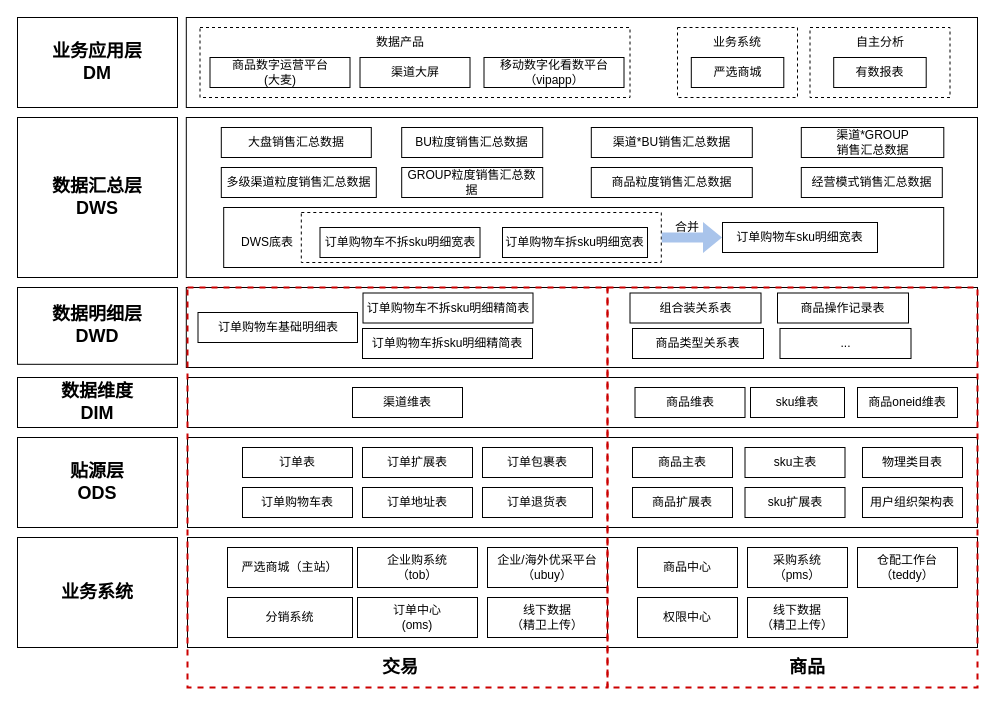
Before: polaris.drawio in mineminemine123/work-wiki, a draw.io diagram. Source tidied: cells renumbered, new cells numbered last; positions are measured from the earlier drawing's top-left corner, leaving out a move shared by most shapes. Both pictures are drawn from the tidied source at 100%, with x=0, y=0 at pixel (17, 17).
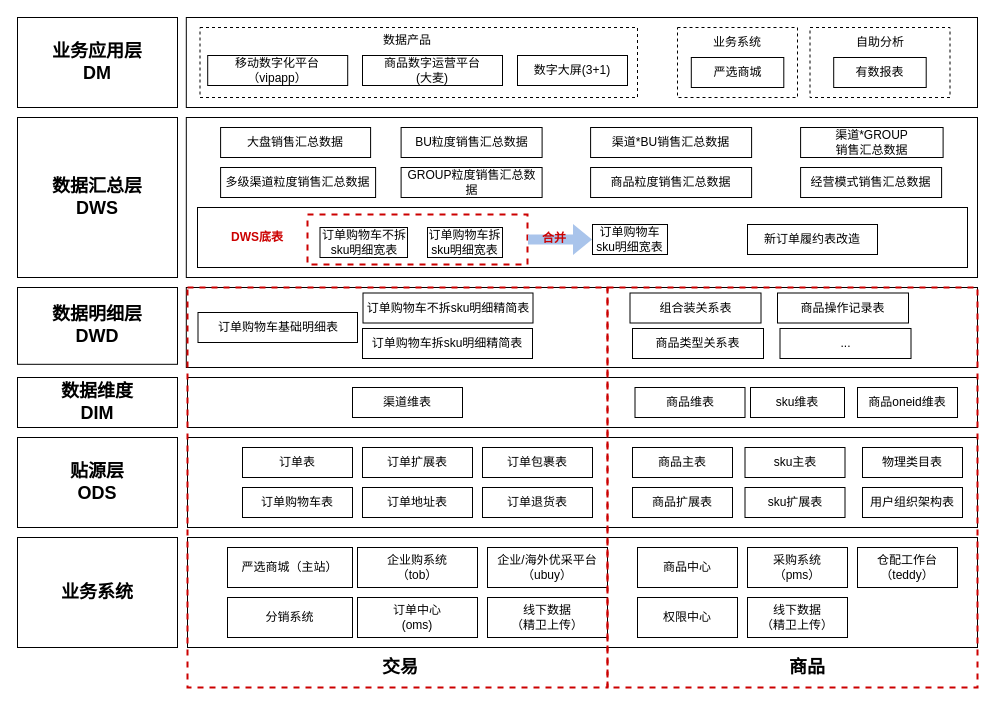
After the change.

The edit, as a diff of the source:
```diff
@@
     <mxCell id="9" style="rounded=0;whiteSpace=wrap;html=1;fontStyle=0;fontFamily=微软雅黑;dashed=1;" parent="1" vertex="1">
-      <mxGeometry x="182.5" y="10" width="430" height="70" as="geometry" />
+      <mxGeometry x="182.5" y="10" width="437.5" height="70" as="geometry" />
     </mxCell>
@@
     <mxCell id="37" value="商品数字运营平台&lt;br&gt;(大麦)" style="rounded=0;whiteSpace=wrap;html=1;fontStyle=0;fontFamily=微软雅黑;" parent="1" vertex="1">
-      <mxGeometry x="192.5" y="40" width="140" height="30" as="geometry" />
+      <mxGeometry x="345" y="38" width="140" height="30" as="geometry" />
     </mxCell>
-    <mxCell id="38" value="移动数字化看数平台&lt;br&gt;（vipapp）" style="rounded=0;whiteSpace=wrap;html=1;fontStyle=0;fontFamily=微软雅黑;" parent="1" vertex="1">
-      <mxGeometry x="466.5" y="40" width="140" height="30" as="geometry" />
+    <mxCell id="38" value="移动数字化平台&lt;br&gt;（vipapp）" style="rounded=0;whiteSpace=wrap;html=1;fontStyle=0;fontFamily=微软雅黑;" parent="1" vertex="1">
+      <mxGeometry x="190.2" y="38" width="140" height="30" as="geometry" />
     </mxCell>
@@
-    <mxCell id="40" value="渠道大屏" style="rounded=0;whiteSpace=wrap;html=1;fontStyle=0;fontFamily=微软雅黑;" parent="1" vertex="1">
-      <mxGeometry x="342.5" y="40" width="110" height="30" as="geometry" />
+    <mxCell id="40" value="数字大屏(3+1)" style="rounded=0;whiteSpace=wrap;html=1;fontStyle=0;fontFamily=微软雅黑;" parent="1" vertex="1">
+      <mxGeometry x="500" y="38" width="110" height="30" as="geometry" />
     </mxCell>
@@
     <mxCell id="47" value="数据产品" style="text;html=1;strokeColor=none;fillColor=none;align=center;verticalAlign=middle;whiteSpace=wrap;rounded=0;fontFamily=微软雅黑;" parent="1" vertex="1">
-      <mxGeometry x="352.5" y="10" width="60" height="30" as="geometry" />
+      <mxGeometry x="360" y="8" width="60" height="30" as="geometry" />
     </mxCell>
-    <mxCell id="48" value="自主分析" style="text;html=1;strokeColor=none;fillColor=none;align=center;verticalAlign=middle;whiteSpace=wrap;rounded=0;fontFamily=微软雅黑;" parent="1" vertex="1">
+    <mxCell id="48" value="自助分析" style="text;html=1;strokeColor=none;fillColor=none;align=center;verticalAlign=middle;whiteSpace=wrap;rounded=0;fontFamily=微软雅黑;" parent="1" vertex="1">
       <mxGeometry x="832.5" y="10" width="60" height="30" as="geometry" />
     </mxCell>
@@
     <mxCell id="52" value="多级渠道粒度销售汇总数据" style="rounded=0;whiteSpace=wrap;html=1;fontStyle=0;fontFamily=微软雅黑;" parent="1" vertex="1">
-      <mxGeometry x="203.8" y="150" width="155" height="30" as="geometry" />
+      <mxGeometry x="203.1" y="150" width="155" height="30" as="geometry" />
     </mxCell>
     <mxCell id="53" value="商品粒度销售汇总数据" style="rounded=0;whiteSpace=wrap;html=1;fontStyle=0;fontFamily=微软雅黑;" parent="1" vertex="1">
-      <mxGeometry x="573.8" y="150" width="161" height="30" as="geometry" />
+      <mxGeometry x="573.1" y="150" width="161" height="30" as="geometry" />
     </mxCell>
     <mxCell id="54" value="BU粒度销售汇总数据" style="rounded=0;whiteSpace=wrap;html=1;fontStyle=0;fontFamily=微软雅黑;" parent="1" vertex="1">
-      <mxGeometry x="384.2" y="110" width="141" height="30" as="geometry" />
+      <mxGeometry x="383.6" y="110" width="141" height="30" as="geometry" />
     </mxCell>
     <mxCell id="55" value="GROUP粒度销售汇总数据" style="rounded=0;whiteSpace=wrap;html=1;fontStyle=0;fontFamily=微软雅黑;" parent="1" vertex="1">
-      <mxGeometry x="384.2" y="150" width="141" height="30" as="geometry" />
+      <mxGeometry x="383.6" y="150" width="141" height="30" as="geometry" />
     </mxCell>
     <mxCell id="56" value="大盘销售汇总数据" style="rounded=0;whiteSpace=wrap;html=1;fontStyle=0;fontFamily=微软雅黑;" parent="1" vertex="1">
-      <mxGeometry x="203.8" y="110" width="150" height="30" as="geometry" />
+      <mxGeometry x="203.1" y="110" width="150" height="30" as="geometry" />
     </mxCell>
     <mxCell id="57" value="渠道*BU销售汇总数据" style="rounded=0;whiteSpace=wrap;html=1;fontStyle=0;fontFamily=微软雅黑;" parent="1" vertex="1">
-      <mxGeometry x="573.8" y="110" width="161" height="30" as="geometry" />
+      <mxGeometry x="573.1" y="110" width="161" height="30" as="geometry" />
     </mxCell>
     <mxCell id="58" value="渠道*GROUP&lt;br&gt;销售汇总数据" style="rounded=0;whiteSpace=wrap;html=1;fontStyle=0;fontFamily=微软雅黑;" parent="1" vertex="1">
-      <mxGeometry x="783.8" y="110" width="142.5" height="30" as="geometry" />
+      <mxGeometry x="783.1" y="110" width="142.5" height="30" as="geometry" />
     </mxCell>
     <mxCell id="59" value="经营模式销售汇总数据" style="rounded=0;whiteSpace=wrap;html=1;fontStyle=0;fontFamily=微软雅黑;" parent="1" vertex="1">
-      <mxGeometry x="783.8" y="150" width="141" height="30" as="geometry" />
+      <mxGeometry x="783.1" y="150" width="141" height="30" as="geometry" />
     </mxCell>
@@
     <mxCell id="69" style="rounded=0;whiteSpace=wrap;html=1;fillColor=none;fontFamily=微软雅黑;" parent="1" vertex="1">
-      <mxGeometry x="206.2" y="190" width="720" height="60" as="geometry" />
+      <mxGeometry x="180" y="190" width="770" height="60" as="geometry" />
     </mxCell>
@@
-    <mxCell id="72" value="DWS底表" style="text;html=1;strokeColor=none;fillColor=none;align=center;verticalAlign=middle;whiteSpace=wrap;rounded=0;fontFamily=微软雅黑;" parent="1" vertex="1">
-      <mxGeometry x="220" y="210" width="60" height="30" as="geometry" />
+    <mxCell id="72" value="&lt;b&gt;&lt;font color=&quot;#cc0000&quot;&gt;DWS底表&lt;/font&gt;&lt;/b&gt;" style="text;html=1;strokeColor=none;fillColor=none;align=center;verticalAlign=middle;whiteSpace=wrap;rounded=0;fontFamily=微软雅黑;" parent="1" vertex="1">
+      <mxGeometry x="210" y="205" width="60" height="30" as="geometry" />
     </mxCell>
     <mxCell id="73" value="订单购物车不拆sku明细宽表" style="rounded=0;whiteSpace=wrap;html=1;fontStyle=0;fontFamily=微软雅黑;" parent="1" vertex="1">
-      <mxGeometry x="302.5" y="210" width="160" height="30" as="geometry" />
+      <mxGeometry x="302.5" y="210" width="87.5" height="30" as="geometry" />
     </mxCell>
     <mxCell id="74" value="订单购物车拆sku明细宽表" style="rounded=0;whiteSpace=wrap;html=1;fontStyle=0;fontFamily=微软雅黑;" parent="1" vertex="1">
-      <mxGeometry x="485" y="210" width="145" height="30" as="geometry" />
+      <mxGeometry x="410" y="210" width="75" height="30" as="geometry" />
     </mxCell>
+    <mxCell id="76" style="rounded=0;whiteSpace=wrap;html=1;fillColor=none;dashed=1;fontFamily=微软雅黑;strokeColor=#CC0000;strokeWidth=2;" parent="1" vertex="1">
+      <mxGeometry x="290" y="197" width="220" height="50" as="geometry" />
+    </mxCell>
     <mxCell id="75" value="订单购物车sku明细宽表" style="rounded=0;whiteSpace=wrap;html=1;fontStyle=0;fontFamily=微软雅黑;" parent="1" vertex="1">
-      <mxGeometry x="705" y="205" width="155" height="30" as="geometry" />
+      <mxGeometry x="575" y="207" width="75" height="30" as="geometry" />
     </mxCell>
-    <mxCell id="76" style="rounded=0;whiteSpace=wrap;html=1;fillColor=none;dashed=1;fontFamily=微软雅黑;" parent="1" vertex="1">
-      <mxGeometry x="283.8" y="195" width="360" height="50" as="geometry" />
-    </mxCell>
@@
-    <mxCell id="78" value="&lt;font&gt;合并&lt;/font&gt;" style="text;html=1;strokeColor=none;fillColor=none;align=center;verticalAlign=middle;whiteSpace=wrap;rounded=0;fontFamily=微软雅黑;" parent="1" vertex="1">
-      <mxGeometry x="640" y="195" width="60" height="30" as="geometry" />
+    <mxCell id="78" value="&lt;font color=&quot;#cc0000&quot;&gt;&lt;b&gt;合并&lt;/b&gt;&lt;/font&gt;" style="text;html=1;strokeColor=none;fillColor=none;align=center;verticalAlign=middle;whiteSpace=wrap;rounded=0;fontFamily=微软雅黑;" parent="1" vertex="1">
+      <mxGeometry x="506.5" y="206" width="60" height="30" as="geometry" />
     </mxCell>
+    <mxCell id="79" value="新订单履约表改造" style="rounded=0;whiteSpace=wrap;html=1;fontStyle=0;fontFamily=微软雅黑;" parent="1" vertex="1">
+      <mxGeometry x="730" y="207" width="130" height="30" as="geometry" />
+    </mxCell>
```
